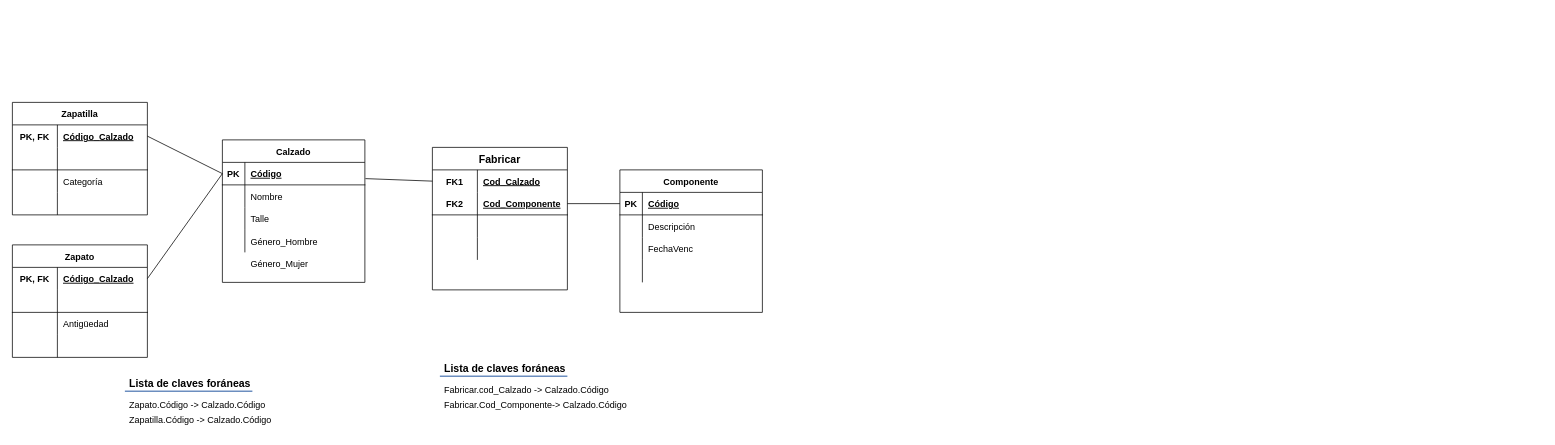
Above: Leandro Cantero - Parcial (MR).drawio in LeandroCantero/BaseDeDatos-Unahur (draw.io), before the change. Source tidied: cells renumbered, new cells numbered last; positions are measured from the earlier drawing's top-left corner, leaving out a move shared by most shapes. Both pictures are drawn from the tidied source at 75%, with x=0, y=0 at pixel (12, 102).
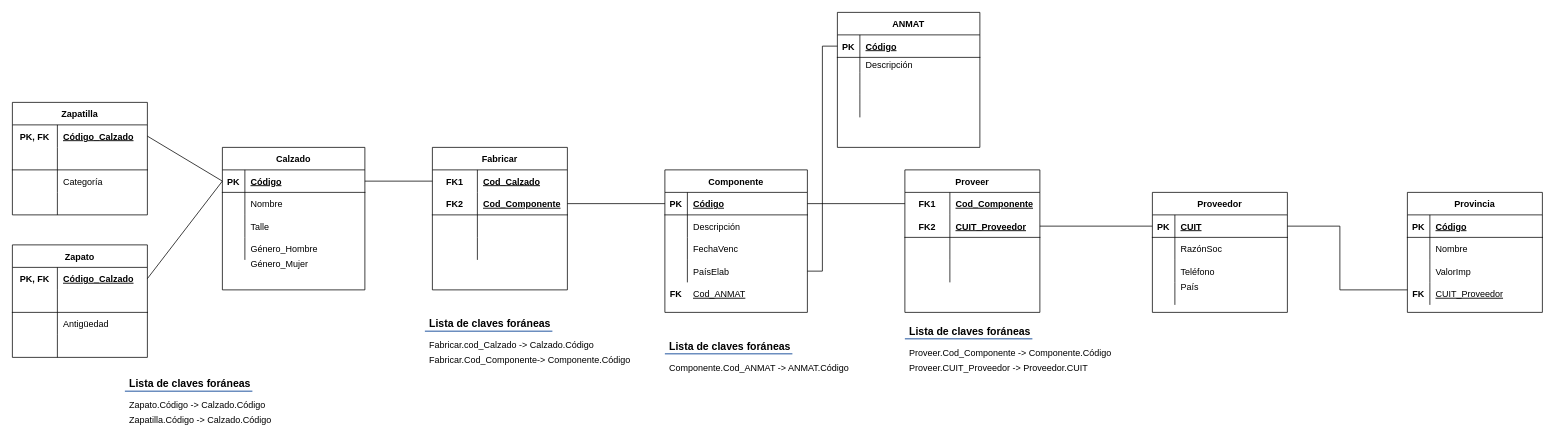
The same page after the edit.

The change refers to these unchanged cells:
```xml
<mxCell id="3" style="shape=tableRow;horizontal=0;startSize=0;swimlaneHead=0;swimlaneBody=0;fillColor=none;points=[[0,0.5],[1,0.5]];portConstraint=eastwest;top=0;left=0;right=0;bottom=1;" parent="2" vertex="1">
  <mxGeometry y="30" width="190" height="30" as="geometry" />
</mxCell>
<mxCell id="49" style="shape=tableRow;horizontal=0;startSize=0;swimlaneHead=0;swimlaneBody=0;fillColor=none;points=[[0,0.5],[1,0.5]];portConstraint=eastwest;top=0;left=0;right=0;bottom=1;" parent="48" vertex="1">
  <mxGeometry y="30" width="190" height="30" as="geometry" />
</mxCell>
<mxCell id="58" style="shape=tableRow;horizontal=0;startSize=0;swimlaneHead=0;swimlaneBody=0;fillColor=none;points=[[0,0.5],[1,0.5]];portConstraint=eastwest;top=0;left=0;right=0;bottom=0;" parent="48" vertex="1">
  <mxGeometry y="120" width="190" height="30" as="geometry" />
</mxCell>
<mxCell id="62" style="shape=tableRow;horizontal=0;startSize=0;swimlaneHead=0;swimlaneBody=0;fillColor=none;points=[[0,0.5],[1,0.5]];portConstraint=eastwest;top=0;left=0;right=0;bottom=0;fontSize=14;strokeWidth=1;" parent="61" vertex="1">
  <mxGeometry y="30" width="180" height="30" as="geometry" />
</mxCell>
```

What changed in the source:
```diff
@@
     <mxCell id="2" value="Calzado" style="shape=table;startSize=30;childLayout=tableLayout;rowLines=0;fontStyle=1;align=center;" parent="1" vertex="1">
-      <mxGeometry x="280" y="50" width="190" height="190" as="geometry" />
+      <mxGeometry x="280" y="60" width="190" height="190" as="geometry" />
     </mxCell>
@@
     <mxCell id="48" value="Componente" style="shape=table;startSize=30;childLayout=tableLayout;rowLines=0;fontStyle=1;align=center;" parent="1" vertex="1">
-      <mxGeometry x="810" y="90" width="190" height="190" as="geometry" />
+      <mxGeometry x="870" y="90" width="190" height="190" as="geometry" />
     </mxCell>
@@
-    <mxCell id="60" style="shape=partialRectangle;fillColor=none;top=0;left=0;bottom=0;right=0;align=left;spacingLeft=6;overflow=hidden;" parent="58" vertex="1">
+    <mxCell id="60" value="PaísElab" style="shape=partialRectangle;fillColor=none;top=0;left=0;bottom=0;right=0;align=left;spacingLeft=6;overflow=hidden;fontStyle=0;fontSize=12;" parent="58" vertex="1">
       <mxGeometry x="30" width="160" height="30" as="geometry" />
     </mxCell>
-    <mxCell id="61" value="Fabricar" style="shape=table;startSize=30;childLayout=tableLayout;rowLines=0;fontStyle=1;align=center;fontSize=14;strokeWidth=1;" parent="1" vertex="1">
+    <mxCell id="61" value="Fabricar" style="shape=table;startSize=30;childLayout=tableLayout;rowLines=0;fontStyle=1;align=center;fontSize=12;strokeWidth=1;" parent="1" vertex="1">
       <mxGeometry x="560" y="60" width="180" height="190" as="geometry" />
     </mxCell>
@@
-    <mxCell id="75" style="endArrow=none;html=1;rounded=0;fontSize=12;strokeWidth=1;exitX=1.004;exitY=0.722;exitDx=0;exitDy=0;entryX=0;entryY=0.5;entryDx=0;entryDy=0;exitPerimeter=0;" parent="1" edge="1" source="3" target="62">
-      <mxGeometry relative="1" as="geometry" />
+    <mxCell id="75" style="endArrow=none;html=1;rounded=0;fontSize=12;strokeWidth=1;entryX=0;entryY=0.5;entryDx=0;entryDy=0;" parent="1" edge="1" target="62">
+      <mxGeometry relative="1" as="geometry">
+        <mxPoint x="470" y="105" as="sourcePoint" />
+      </mxGeometry>
     </mxCell>
     <mxCell id="76" value="Lista de claves foráneas" style="text;strokeColor=none;fillColor=none;spacingLeft=4;spacingRight=4;overflow=hidden;fontSize=14;fontStyle=1;" parent="1" vertex="1">
-      <mxGeometry x="570" y="340" width="175" height="30" as="geometry" />
+      <mxGeometry x="550" y="280" width="175" height="30" as="geometry" />
     </mxCell>
     <mxCell id="77" value="Fabricar.cod_Calzado -&gt; Calzado.Código" style="text;strokeColor=none;fillColor=none;spacingLeft=4;spacingRight=4;overflow=hidden;fontSize=12;" parent="1" vertex="1">
-      <mxGeometry x="570" y="370" width="240" height="30" as="geometry" />
+      <mxGeometry x="550" y="310" width="240" height="30" as="geometry" />
     </mxCell>
     <mxCell id="78" style="line;strokeWidth=2;dashed=0;labelPosition=right;align=left;verticalAlign=middle;spacingTop=0;spacingLeft=6;fontSize=14;fillColor=#dae8fc;strokeColor=#6c8ebf;" parent="1" vertex="1">
-      <mxGeometry x="570" y="360" width="170" height="10" as="geometry" />
+      <mxGeometry x="550" y="300" width="170" height="10" as="geometry" />
     </mxCell>
-    <mxCell id="79" value="Fabricar.Cod_Componente-&gt; Calzado.Código" style="text;strokeColor=none;fillColor=none;spacingLeft=4;spacingRight=4;overflow=hidden;fontSize=12;" parent="1" vertex="1">
-      <mxGeometry x="570" y="390" width="270" height="30" as="geometry" />
+    <mxCell id="79" value="Fabricar.Cod_Componente-&gt; Componente.Código" style="text;strokeColor=none;fillColor=none;spacingLeft=4;spacingRight=4;overflow=hidden;fontSize=12;" parent="1" vertex="1">
+      <mxGeometry x="550" y="330" width="290" height="30" as="geometry" />
     </mxCell>
+    <mxCell id="80" value="ANMAT" style="shape=table;startSize=30;childLayout=tableLayout;rowLines=0;fontStyle=1;align=center;" parent="1" vertex="1">
+      <mxGeometry x="1100" y="-120" width="190" height="180" as="geometry" />
+    </mxCell>
+    <mxCell id="81" style="shape=tableRow;horizontal=0;startSize=0;swimlaneHead=0;swimlaneBody=0;fillColor=none;points=[[0,0.5],[1,0.5]];portConstraint=eastwest;top=0;left=0;right=0;bottom=1;" parent="80" vertex="1">
+      <mxGeometry y="30" width="190" height="30" as="geometry" />
+    </mxCell>
+    <mxCell id="82" value="PK" style="shape=partialRectangle;fillColor=none;top=0;left=0;bottom=0;right=0;fontStyle=1;overflow=hidden;" parent="81" vertex="1">
+      <mxGeometry width="30" height="30" as="geometry" />
+    </mxCell>
+    <mxCell id="83" value="Código" style="shape=partialRectangle;fillColor=none;top=0;left=0;bottom=0;right=0;align=left;spacingLeft=6;fontStyle=5;overflow=hidden;" parent="81" vertex="1">
+      <mxGeometry x="30" width="160" height="30" as="geometry" />
+    </mxCell>
+    <mxCell id="84" style="shape=tableRow;horizontal=0;startSize=0;swimlaneHead=0;swimlaneBody=0;fillColor=none;top=0;left=0;right=0;bottom=0;" parent="80" vertex="1">
+      <mxGeometry y="60" width="190" height="20" as="geometry" />
+    </mxCell>
+    <mxCell id="85" style="shape=partialRectangle;fillColor=none;top=0;left=0;bottom=0;right=0;overflow=hidden;" parent="84" vertex="1">
+      <mxGeometry width="30" height="20" as="geometry" />
+    </mxCell>
+    <mxCell id="86" value="Descripción" style="shape=partialRectangle;fillColor=none;top=0;left=0;bottom=0;right=0;align=left;spacingLeft=6;overflow=hidden;" parent="84" vertex="1">
+      <mxGeometry x="30" width="160" height="20" as="geometry" />
+    </mxCell>
+    <mxCell id="87" style="shape=tableRow;horizontal=0;startSize=0;swimlaneHead=0;swimlaneBody=0;fillColor=none;top=0;left=0;right=0;bottom=0;" parent="80" vertex="1">
+      <mxGeometry y="80" width="190" height="30" as="geometry" />
+    </mxCell>
+    <mxCell id="88" style="shape=partialRectangle;fillColor=none;top=0;left=0;bottom=0;right=0;overflow=hidden;" parent="87" vertex="1">
+      <mxGeometry width="30" height="30" as="geometry" />
+    </mxCell>
+    <mxCell id="89" style="shape=partialRectangle;fillColor=none;top=0;left=0;bottom=0;right=0;align=left;spacingLeft=6;overflow=hidden;" parent="87" vertex="1">
+      <mxGeometry x="30" width="160" height="30" as="geometry" />
+    </mxCell>
+    <mxCell id="90" style="shape=tableRow;horizontal=0;startSize=0;swimlaneHead=0;swimlaneBody=0;fillColor=none;top=0;left=0;right=0;bottom=0;" parent="80" vertex="1">
+      <mxGeometry y="110" width="190" height="30" as="geometry" />
+    </mxCell>
+    <mxCell id="91" style="shape=partialRectangle;fillColor=none;top=0;left=0;bottom=0;right=0;overflow=hidden;" parent="90" vertex="1">
+      <mxGeometry width="30" height="30" as="geometry" />
+    </mxCell>
+    <mxCell id="92" style="shape=partialRectangle;fillColor=none;top=0;left=0;bottom=0;right=0;align=left;spacingLeft=6;overflow=hidden;" parent="90" vertex="1">
+      <mxGeometry x="30" width="160" height="30" as="geometry" />
+    </mxCell>
+    <mxCell id="93" value="FK" style="shape=partialRectangle;fillColor=none;top=0;left=0;bottom=0;right=0;fontStyle=1;overflow=hidden;" parent="1" vertex="1">
+      <mxGeometry x="870" y="240" width="30" height="30" as="geometry" />
+    </mxCell>
+    <mxCell id="94" style="endArrow=none;html=1;rounded=0;fontSize=12;strokeWidth=1;entryX=1;entryY=0.5;entryDx=0;entryDy=0;exitX=0;exitY=0.5;exitDx=0;exitDy=0;" parent="1" edge="1" source="81" target="58">
+      <mxGeometry relative="1" as="geometry">
+        <Array as="points">
+          <mxPoint x="1080" y="-75" />
+          <mxPoint x="1080" y="225" />
+        </Array>
+      </mxGeometry>
+    </mxCell>
+    <mxCell id="95" value="Lista de claves foráneas" style="text;strokeColor=none;fillColor=none;spacingLeft=4;spacingRight=4;overflow=hidden;fontSize=14;fontStyle=1;" parent="1" vertex="1">
+      <mxGeometry x="870" y="310" width="175" height="30" as="geometry" />
+    </mxCell>
+    <mxCell id="96" value="Componente.Cod_ANMAT -&gt; ANMAT.Código" style="text;strokeColor=none;fillColor=none;spacingLeft=4;spacingRight=4;overflow=hidden;fontSize=12;" parent="1" vertex="1">
+      <mxGeometry x="870" y="340" width="270" height="30" as="geometry" />
+    </mxCell>
+    <mxCell id="97" style="line;strokeWidth=2;dashed=0;labelPosition=right;align=left;verticalAlign=middle;spacingTop=0;spacingLeft=6;fontSize=14;fillColor=#dae8fc;strokeColor=#6c8ebf;" parent="1" vertex="1">
+      <mxGeometry x="870" y="330" width="170" height="10" as="geometry" />
+    </mxCell>
+    <mxCell id="98" value="Proveedor" style="shape=table;startSize=30;childLayout=tableLayout;rowLines=0;fontStyle=1;align=center;fontSize=12;strokeWidth=1;" parent="1" vertex="1">
+      <mxGeometry x="1520" y="120" width="180" height="160" as="geometry" />
+    </mxCell>
+    <mxCell id="99" style="shape=tableRow;horizontal=0;startSize=0;swimlaneHead=0;swimlaneBody=0;fillColor=none;points=[[0,0.5],[1,0.5]];portConstraint=eastwest;top=0;left=0;right=0;bottom=1;fontSize=12;strokeWidth=1;" parent="98" vertex="1">
+      <mxGeometry y="30" width="180" height="30" as="geometry" />
+    </mxCell>
+    <mxCell id="100" value="PK" style="shape=partialRectangle;fillColor=none;top=0;left=0;bottom=0;right=0;fontStyle=1;overflow=hidden;fontSize=12;strokeWidth=1;" parent="99" vertex="1">
+      <mxGeometry width="30" height="30" as="geometry" />
+    </mxCell>
+    <mxCell id="101" value="CUIT" style="shape=partialRectangle;fillColor=none;top=0;left=0;bottom=0;right=0;align=left;spacingLeft=6;fontStyle=5;overflow=hidden;fontSize=12;strokeWidth=1;" parent="99" vertex="1">
+      <mxGeometry x="30" width="150" height="30" as="geometry" />
+    </mxCell>
+    <mxCell id="102" style="shape=tableRow;horizontal=0;startSize=0;swimlaneHead=0;swimlaneBody=0;fillColor=none;top=0;left=0;right=0;bottom=0;fontSize=12;strokeWidth=1;" parent="98" vertex="1">
+      <mxGeometry y="60" width="180" height="30" as="geometry" />
+    </mxCell>
+    <mxCell id="103" style="shape=partialRectangle;fillColor=none;top=0;left=0;bottom=0;right=0;overflow=hidden;fontSize=12;strokeWidth=1;" parent="102" vertex="1">
+      <mxGeometry width="30" height="30" as="geometry" />
+    </mxCell>
+    <mxCell id="104" value="RazónSoc" style="shape=partialRectangle;fillColor=none;top=0;left=0;bottom=0;right=0;align=left;spacingLeft=6;overflow=hidden;fontSize=12;strokeWidth=1;" parent="102" vertex="1">
+      <mxGeometry x="30" width="150" height="30" as="geometry" />
+    </mxCell>
+    <mxCell id="105" style="shape=tableRow;horizontal=0;startSize=0;swimlaneHead=0;swimlaneBody=0;fillColor=none;top=0;left=0;right=0;bottom=0;fontSize=12;strokeWidth=1;" parent="98" vertex="1">
+      <mxGeometry y="90" width="180" height="30" as="geometry" />
+    </mxCell>
+    <mxCell id="106" style="shape=partialRectangle;fillColor=none;top=0;left=0;bottom=0;right=0;overflow=hidden;fontSize=12;strokeWidth=1;" parent="105" vertex="1">
+      <mxGeometry width="30" height="30" as="geometry" />
+    </mxCell>
+    <mxCell id="107" value="Teléfono" style="shape=partialRectangle;fillColor=none;top=0;left=0;bottom=0;right=0;align=left;spacingLeft=6;overflow=hidden;fontSize=12;strokeWidth=1;" parent="105" vertex="1">
+      <mxGeometry x="30" width="150" height="30" as="geometry" />
+    </mxCell>
+    <mxCell id="108" style="shape=tableRow;horizontal=0;startSize=0;swimlaneHead=0;swimlaneBody=0;fillColor=none;top=0;left=0;right=0;bottom=0;fontSize=12;strokeWidth=1;" parent="98" vertex="1">
+      <mxGeometry y="120" width="180" height="30" as="geometry" />
+    </mxCell>
+    <mxCell id="109" style="shape=partialRectangle;fillColor=none;top=0;left=0;bottom=0;right=0;overflow=hidden;fontSize=12;strokeWidth=1;" parent="108" vertex="1">
+      <mxGeometry width="30" height="30" as="geometry" />
+    </mxCell>
+    <mxCell id="110" style="shape=partialRectangle;fillColor=none;top=0;left=0;bottom=0;right=0;align=left;spacingLeft=6;overflow=hidden;fontSize=12;strokeWidth=1;" parent="108" vertex="1">
+      <mxGeometry x="30" width="150" height="30" as="geometry" />
+    </mxCell>
+    <mxCell id="111" value="Proveer" style="shape=table;startSize=30;childLayout=tableLayout;rowLines=0;fontStyle=1;align=center;fontSize=12;strokeWidth=1;" parent="1" vertex="1">
+      <mxGeometry x="1190" y="90" width="180" height="190" as="geometry" />
+    </mxCell>
+    <mxCell id="112" style="shape=tableRow;horizontal=0;startSize=0;swimlaneHead=0;swimlaneBody=0;fillColor=none;points=[[0,0.5],[1,0.5]];portConstraint=eastwest;top=0;left=0;right=0;bottom=0;fontSize=14;strokeWidth=1;" parent="111" vertex="1">
+      <mxGeometry y="30" width="180" height="30" as="geometry" />
+    </mxCell>
+    <mxCell id="113" value="FK1" style="shape=partialRectangle;fillColor=none;top=0;left=0;bottom=0;right=0;fontStyle=1;overflow=hidden;fontSize=12;strokeWidth=1;" parent="112" vertex="1">
+      <mxGeometry width="60" height="30" as="geometry" />
+    </mxCell>
+    <mxCell id="114" value="Cod_Componente" style="shape=partialRectangle;fillColor=none;top=0;left=0;bottom=0;right=0;align=left;spacingLeft=6;fontStyle=5;overflow=hidden;fontSize=12;strokeWidth=1;" parent="112" vertex="1">
+      <mxGeometry x="60" width="120" height="30" as="geometry" />
+    </mxCell>
+    <mxCell id="115" style="shape=tableRow;horizontal=0;startSize=0;swimlaneHead=0;swimlaneBody=0;fillColor=none;points=[[0,0.5],[1,0.5]];portConstraint=eastwest;top=0;left=0;right=0;bottom=1;fontSize=14;strokeWidth=1;" parent="111" vertex="1">
+      <mxGeometry y="60" width="180" height="30" as="geometry" />
+    </mxCell>
+    <mxCell id="116" value="FK2" style="shape=partialRectangle;fillColor=none;top=0;left=0;bottom=0;right=0;fontStyle=1;overflow=hidden;fontSize=12;strokeWidth=1;" parent="115" vertex="1">
+      <mxGeometry width="60" height="30" as="geometry" />
+    </mxCell>
+    <mxCell id="117" value="CUIT_Proveedor" style="shape=partialRectangle;fillColor=none;top=0;left=0;bottom=0;right=0;align=left;spacingLeft=6;fontStyle=5;overflow=hidden;fontSize=12;strokeWidth=1;" parent="115" vertex="1">
+      <mxGeometry x="60" width="120" height="30" as="geometry" />
+    </mxCell>
+    <mxCell id="118" style="shape=tableRow;horizontal=0;startSize=0;swimlaneHead=0;swimlaneBody=0;fillColor=none;top=0;left=0;right=0;bottom=0;fontSize=14;strokeWidth=1;" parent="111" vertex="1">
+      <mxGeometry y="90" width="180" height="30" as="geometry" />
+    </mxCell>
+    <mxCell id="119" style="shape=partialRectangle;fillColor=none;top=0;left=0;bottom=0;right=0;overflow=hidden;fontSize=14;strokeWidth=1;" parent="118" vertex="1">
+      <mxGeometry width="60" height="30" as="geometry" />
+    </mxCell>
+    <mxCell id="120" style="shape=partialRectangle;fillColor=none;top=0;left=0;bottom=0;right=0;align=left;spacingLeft=6;overflow=hidden;fontSize=12;strokeWidth=1;" parent="118" vertex="1">
+      <mxGeometry x="60" width="120" height="30" as="geometry" />
+    </mxCell>
+    <mxCell id="121" style="shape=tableRow;horizontal=0;startSize=0;swimlaneHead=0;swimlaneBody=0;fillColor=none;top=0;left=0;right=0;bottom=0;fontSize=14;strokeWidth=1;" parent="111" vertex="1">
+      <mxGeometry y="120" width="180" height="30" as="geometry" />
+    </mxCell>
+    <mxCell id="122" style="shape=partialRectangle;fillColor=none;top=0;left=0;bottom=0;right=0;overflow=hidden;fontSize=14;strokeWidth=1;" parent="121" vertex="1">
+      <mxGeometry width="60" height="30" as="geometry" />
+    </mxCell>
+    <mxCell id="123" style="shape=partialRectangle;fillColor=none;top=0;left=0;bottom=0;right=0;align=left;spacingLeft=6;overflow=hidden;fontSize=12;strokeWidth=1;" parent="121" vertex="1">
+      <mxGeometry x="60" width="120" height="30" as="geometry" />
+    </mxCell>
+    <mxCell id="124" style="endArrow=none;html=1;rounded=0;fontSize=12;strokeWidth=1;exitX=1;exitY=0.5;exitDx=0;exitDy=0;" parent="1" edge="1" source="49" target="112">
+      <mxGeometry relative="1" as="geometry" />
+    </mxCell>
+    <mxCell id="125" style="endArrow=none;html=1;rounded=0;fontSize=12;strokeWidth=1;exitX=0;exitY=0.5;exitDx=0;exitDy=0;entryX=1;entryY=0.5;entryDx=0;entryDy=0;" parent="1" edge="1" source="99" target="115">
+      <mxGeometry relative="1" as="geometry" />
+    </mxCell>
+    <mxCell id="126" value="Lista de claves foráneas" style="text;strokeColor=none;fillColor=none;spacingLeft=4;spacingRight=4;overflow=hidden;fontSize=14;fontStyle=1;" parent="1" vertex="1">
+      <mxGeometry x="1190" y="290" width="175" height="30" as="geometry" />
+    </mxCell>
+    <mxCell id="127" value="Proveer.Cod_Componente -&gt; Componente.Código" style="text;strokeColor=none;fillColor=none;spacingLeft=4;spacingRight=4;overflow=hidden;fontSize=12;" parent="1" vertex="1">
+      <mxGeometry x="1190" y="320" width="300" height="30" as="geometry" />
+    </mxCell>
+    <mxCell id="128" style="line;strokeWidth=2;dashed=0;labelPosition=right;align=left;verticalAlign=middle;spacingTop=0;spacingLeft=6;fontSize=14;fillColor=#dae8fc;strokeColor=#6c8ebf;" parent="1" vertex="1">
+      <mxGeometry x="1190" y="310" width="170" height="10" as="geometry" />
+    </mxCell>
+    <mxCell id="129" value="Proveer.CUIT_Proveedor -&gt; Proveedor.CUIT" style="text;strokeColor=none;fillColor=none;spacingLeft=4;spacingRight=4;overflow=hidden;fontSize=12;" parent="1" vertex="1">
+      <mxGeometry x="1190" y="340" width="270" height="30" as="geometry" />
+    </mxCell>
+    <mxCell id="130" value="Provincia" style="shape=table;startSize=30;childLayout=tableLayout;rowLines=0;fontStyle=1;align=center;fontSize=12;strokeWidth=1;" parent="1" vertex="1">
+      <mxGeometry x="1860" y="120" width="180" height="160" as="geometry" />
+    </mxCell>
+    <mxCell id="131" style="shape=tableRow;horizontal=0;startSize=0;swimlaneHead=0;swimlaneBody=0;fillColor=none;top=0;left=0;right=0;bottom=1;fontSize=12;strokeWidth=1;" parent="130" vertex="1">
+      <mxGeometry y="30" width="180" height="30" as="geometry" />
+    </mxCell>
+    <mxCell id="132" value="PK" style="shape=partialRectangle;fillColor=none;top=0;left=0;bottom=0;right=0;fontStyle=1;overflow=hidden;fontSize=12;strokeWidth=1;" parent="131" vertex="1">
+      <mxGeometry width="30" height="30" as="geometry" />
+    </mxCell>
+    <mxCell id="133" value="Código" style="shape=partialRectangle;fillColor=none;top=0;left=0;bottom=0;right=0;align=left;spacingLeft=6;fontStyle=5;overflow=hidden;fontSize=12;strokeWidth=1;" parent="131" vertex="1">
+      <mxGeometry x="30" width="150" height="30" as="geometry" />
+    </mxCell>
+    <mxCell id="134" style="shape=tableRow;horizontal=0;startSize=0;swimlaneHead=0;swimlaneBody=0;fillColor=none;top=0;left=0;right=0;bottom=0;fontSize=12;strokeWidth=1;" parent="130" vertex="1">
+      <mxGeometry y="60" width="180" height="30" as="geometry" />
+    </mxCell>
+    <mxCell id="135" style="shape=partialRectangle;fillColor=none;top=0;left=0;bottom=0;right=0;overflow=hidden;fontSize=12;strokeWidth=1;" parent="134" vertex="1">
+      <mxGeometry width="30" height="30" as="geometry" />
+    </mxCell>
+    <mxCell id="136" value="Nombre" style="shape=partialRectangle;fillColor=none;top=0;left=0;bottom=0;right=0;align=left;spacingLeft=6;overflow=hidden;fontSize=12;strokeWidth=1;" parent="134" vertex="1">
+      <mxGeometry x="30" width="150" height="30" as="geometry" />
+    </mxCell>
+    <mxCell id="137" style="shape=tableRow;horizontal=0;startSize=0;swimlaneHead=0;swimlaneBody=0;fillColor=none;top=0;left=0;right=0;bottom=0;fontSize=12;strokeWidth=1;" parent="130" vertex="1">
+      <mxGeometry y="90" width="180" height="30" as="geometry" />
+    </mxCell>
+    <mxCell id="138" style="shape=partialRectangle;fillColor=none;top=0;left=0;bottom=0;right=0;overflow=hidden;fontSize=12;strokeWidth=1;" parent="137" vertex="1">
+      <mxGeometry width="30" height="30" as="geometry" />
+    </mxCell>
+    <mxCell id="139" value="ValorImp" style="shape=partialRectangle;fillColor=none;top=0;left=0;bottom=0;right=0;align=left;spacingLeft=6;overflow=hidden;fontSize=12;strokeWidth=1;" parent="137" vertex="1">
+      <mxGeometry x="30" width="150" height="30" as="geometry" />
+    </mxCell>
+    <mxCell id="140" style="shape=tableRow;horizontal=0;startSize=0;swimlaneHead=0;swimlaneBody=0;fillColor=none;top=0;left=0;right=0;bottom=0;fontSize=12;strokeWidth=1;" parent="130" vertex="1">
+      <mxGeometry y="120" width="180" height="30" as="geometry" />
+    </mxCell>
+    <mxCell id="141" style="shape=partialRectangle;fillColor=none;top=0;left=0;bottom=0;right=0;overflow=hidden;fontSize=12;strokeWidth=1;" parent="140" vertex="1">
+      <mxGeometry width="30" height="30" as="geometry" />
+    </mxCell>
+    <mxCell id="142" style="shape=partialRectangle;fillColor=none;top=0;left=0;bottom=0;right=0;align=left;spacingLeft=6;overflow=hidden;fontSize=12;strokeWidth=1;" parent="140" vertex="1">
+      <mxGeometry x="30" width="150" height="30" as="geometry" />
+    </mxCell>
+    <mxCell id="143" value="CUIT_Proveedor" style="shape=partialRectangle;fillColor=none;top=0;left=0;bottom=0;right=0;align=left;spacingLeft=6;overflow=hidden;fontSize=12;strokeWidth=1;fontStyle=4;" parent="1" vertex="1">
+      <mxGeometry x="1890" y="240" width="150" height="30" as="geometry" />
+    </mxCell>
+    <mxCell id="144" value="FK" style="shape=partialRectangle;fillColor=none;top=0;left=0;bottom=0;right=0;fontStyle=1;overflow=hidden;fontSize=12;strokeWidth=1;" parent="1" vertex="1">
+      <mxGeometry x="1860" y="240" width="30" height="30" as="geometry" />
+    </mxCell>
+    <mxCell id="145" style="endArrow=none;html=1;rounded=0;fontSize=12;strokeWidth=1;entryX=1;entryY=0.5;entryDx=0;entryDy=0;" parent="1" edge="1" target="99">
+      <mxGeometry relative="1" as="geometry">
+        <mxPoint x="1860" y="250" as="sourcePoint" />
+        <Array as="points">
+          <mxPoint x="1770" y="250" />
+          <mxPoint x="1770" y="165" />
+        </Array>
+      </mxGeometry>
+    </mxCell>
+    <mxCell id="146" value="País" style="shape=partialRectangle;fillColor=none;top=0;left=0;bottom=0;right=0;align=left;spacingLeft=6;overflow=hidden;fontSize=12;strokeWidth=1;" parent="1" vertex="1">
+      <mxGeometry x="1550" y="230" width="150" height="30" as="geometry" />
+    </mxCell>
+    <mxCell id="147" value="Cod_ANMAT" style="shape=partialRectangle;fillColor=none;top=0;left=0;bottom=0;right=0;align=left;spacingLeft=6;overflow=hidden;fontSize=12;strokeWidth=1;fontStyle=4;" parent="1" vertex="1">
+      <mxGeometry x="900" y="240" width="150" height="30" as="geometry" />
+    </mxCell>
```
